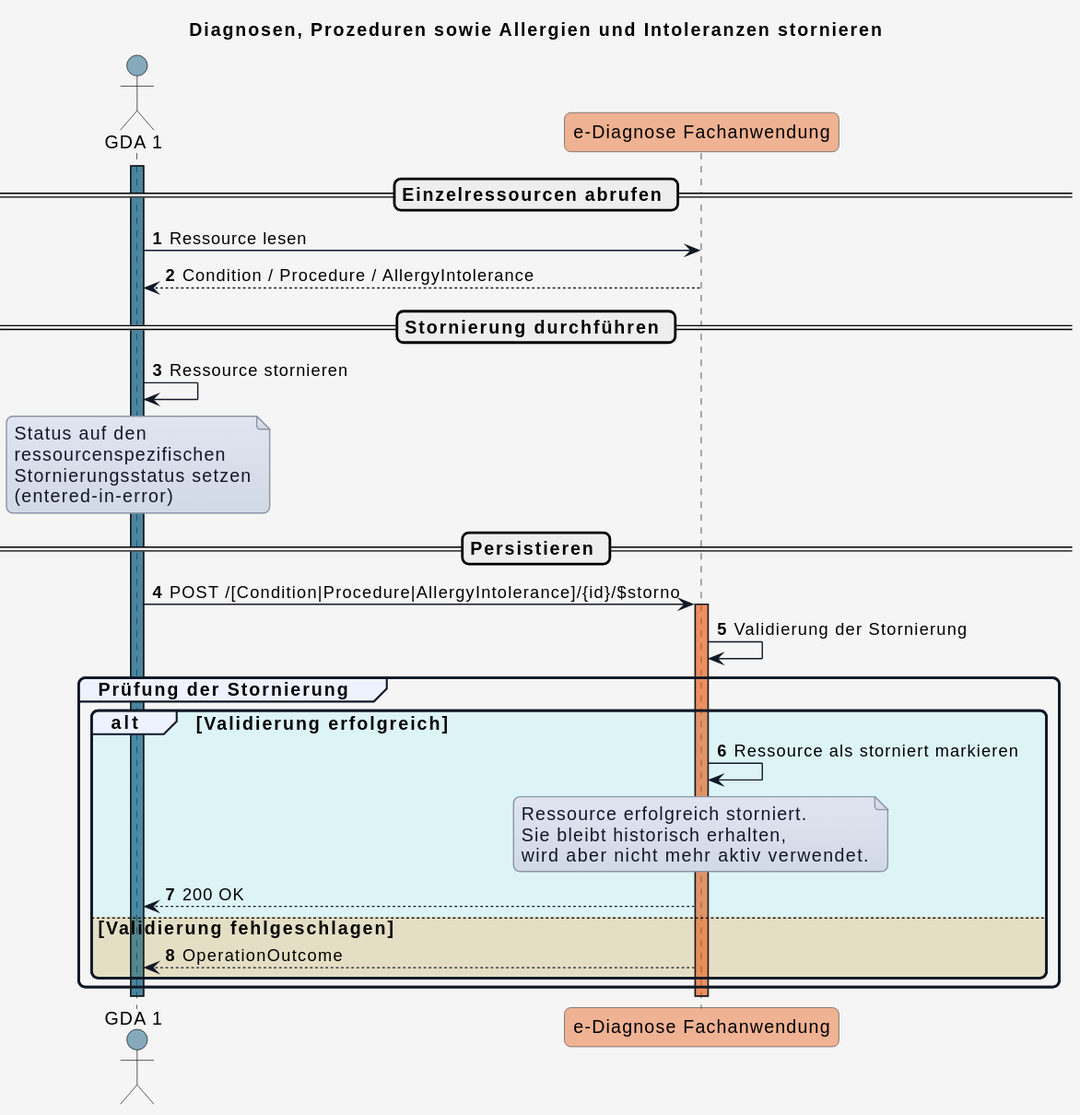
This is input/images/plantuml/diagram_uc_06_10.svg from HL7Austria/ELGA-e-Diagnose-R4, a PlantUML export, as it was before one commit. Source of this version:
```plantuml
@startuml
title Diagnosen, Prozeduren sowie Allergien und Intoleranzen stornieren

skinparam borderColor #000000
skinparam backgroundColor #f5f5f5
skinparam shadowing false
skinparam roundCorner 10
skinparam defaultFontName "Arial"
skinparam defaultFontSize 14
skinparam defaultFontColor #000000
skinparam HyperlinkColor #0000EE
skinparam HyperlinkUnderline false
skinparam BoxPadding 20
skinparam BoxBorderColor #555555

skinparam note {
  BackgroundColor #e0e5f0-#d1d9e6
  BorderColor #8b95a5
  BorderThickness 1
  RoundCorner 0
  Padding 6
  FontColor #111827
  Shadowing false
}

skinparam sequence {
  ParticipantBorderColor #555555
  ParticipantBackgroundColor #ffffff
  ParticipantFontColor #000000
  ParticipantFontSize 14
  ParticipantPadding 20
  ArrowColor #111827
  ArrowThickness 1
  ArrowFontColor #000000
  ArrowFontSize 13
  GroupBorderColor #111827
  GroupBackgroundColor #eef2ff
  GroupBorderThickness 2
}

!define COLOR_GDA_1    #15608280
!define COLOR_GDA_2    #96607D80
!define COLOR_PATIENT  #196B2480
!define COLOR_DIAG_FA  #E9713280


!define COLOR_OK       #50E6FF25
!define COLOR_ERROR    #FF8C0035

actor GDA_1 as "GDA 1" COLOR_GDA_1
participant eDiag_FA as "e-Diagnose Fachanwendung" COLOR_DIAG_FA

autonumber
activate GDA_1 COLOR_GDA_1

== Einzelressourcen abrufen ==

GDA_1 -> eDiag_FA : Ressource lesen

eDiag_FA --> GDA_1 : Condition / Procedure / AllergyIntolerance

== Stornierung durchführen ==

GDA_1 -> GDA_1 : Ressource stornieren

note over GDA_1
Status auf den
ressourcenspezifischen
Stornierungsstatus setzen
(entered-in-error)
end note

== Persistieren ==

GDA_1 -> eDiag_FA : POST /[Condition|Procedure|AllergyIntolerance]/{id}/$storno

activate eDiag_FA COLOR_DIAG_FA

eDiag_FA -> eDiag_FA : Validierung der Stornierung

group Prüfung der Stornierung

    alt COLOR_OK Validierung erfolgreich

        eDiag_FA -> eDiag_FA : Ressource als storniert markieren

        note over eDiag_FA
        Ressource erfolgreich storniert.
        Sie bleibt historisch erhalten,
        wird aber nicht mehr aktiv verwendet.
        end note

        eDiag_FA --> GDA_1 : 200 OK

    else COLOR_ERROR Validierung fehlgeschlagen

        eDiag_FA --> GDA_1 : OperationOutcome

    end

end

deactivate eDiag_FA
deactivate GDA_1
@enduml
```
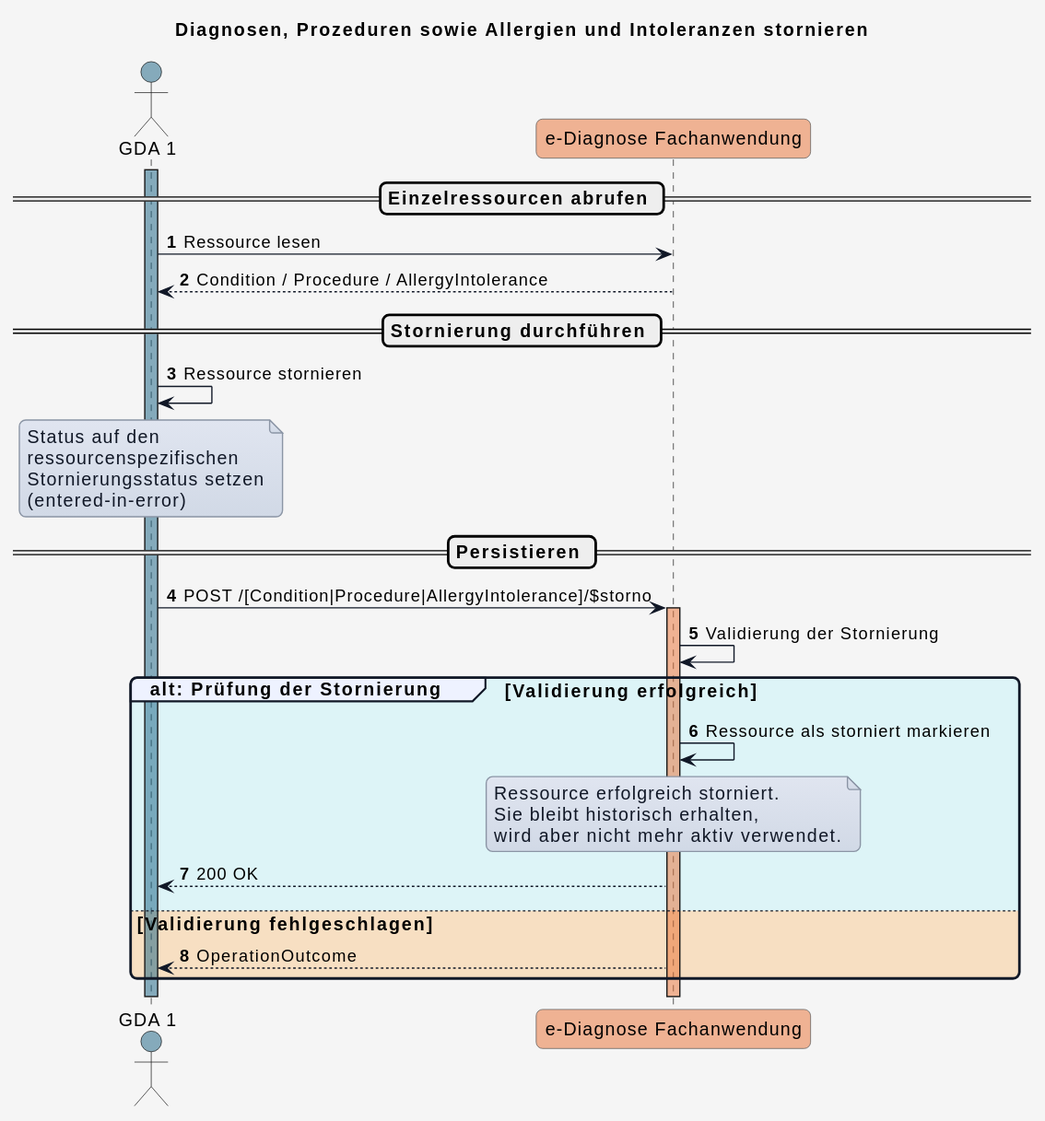
The same diagram one commit later.

What changed in the source:
```diff
@@ -72,15 +72,13 @@
 
 == Persistieren ==
 
-GDA_1 -> eDiag_FA : POST /[Condition|Procedure|AllergyIntolerance]/{id}/$storno
+GDA_1 -> eDiag_FA : POST /[Condition|Procedure|AllergyIntolerance]/$storno
 
 activate eDiag_FA COLOR_DIAG_FA
 
 eDiag_FA -> eDiag_FA : Validierung der Stornierung
 
-group Prüfung der Stornierung
-
-    alt COLOR_OK Validierung erfolgreich
+group COLOR_OK alt: Prüfung der Stornierung [Validierung erfolgreich]
 
         eDiag_FA -> eDiag_FA : Ressource als storniert markieren
 
@@ -96,8 +94,6 @@
 
         eDiag_FA --> GDA_1 : OperationOutcome
 
-    end
-
 end
 
 deactivate eDiag_FA
```
